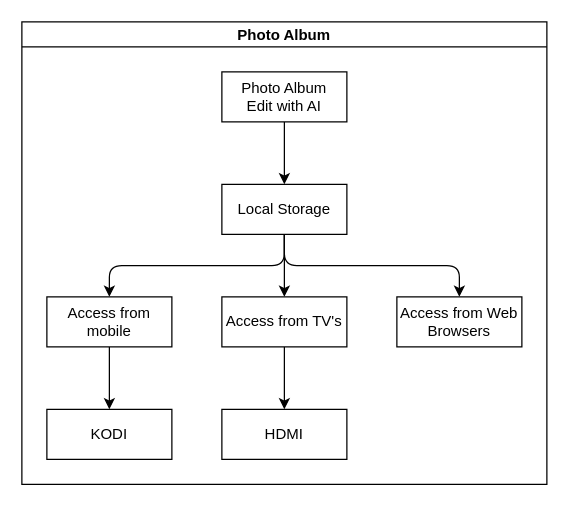
This is Kodi.brainstorm.drawio from OrozcoAntonio/Draw.ioDiagrams, a draw.io file, before an edit. Source tidied: cells renumbered, new cells numbered last; positions are measured from the earlier drawing's top-left corner, leaving out a move shared by most shapes. Both pictures are drawn from the tidied source at 125%, with x=0, y=0 at pixel (21, 21).
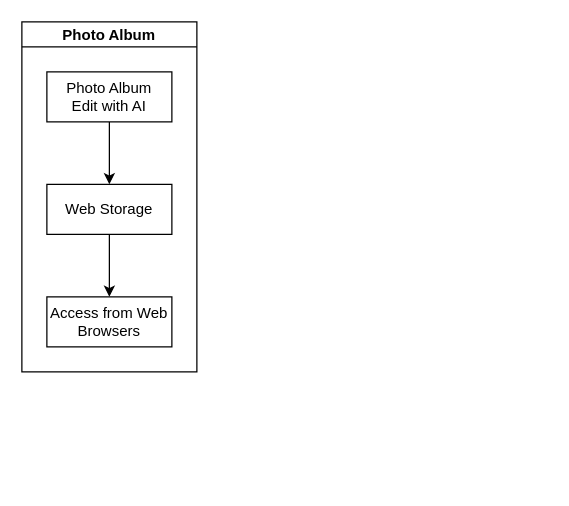
The same diagram, later.

What changed in the source:
```diff
@@
 <mxGraphModel>
   <root>
     <mxCell id="0" />
     <mxCell id="1" parent="0" />
     <mxCell id="2" value="Photo Album" style="swimlane;startSize=20;horizontal=1;horizontalTree=0;containerType=tree;fontSize=12;" parent="1" vertex="1">
-      <mxGeometry width="420" height="370" as="geometry" />
+      <mxGeometry width="140" height="280" as="geometry" />
     </mxCell>
     <mxCell id="3" value="Photo Album&lt;br&gt;Edit with AI" style="whiteSpace=wrap;html=1;" parent="2" vertex="1">
-      <mxGeometry x="160" y="40" width="100" height="40" as="geometry" />
+      <mxGeometry x="20" y="40" width="100" height="40" as="geometry" />
     </mxCell>
-    <mxCell id="4" value="&lt;div&gt;Local Storage&lt;/div&gt;" style="whiteSpace=wrap;html=1;" parent="2" vertex="1">
-      <mxGeometry x="160" y="130" width="100" height="40" as="geometry" />
+    <mxCell id="4" value="Web Storage" style="whiteSpace=wrap;html=1;" parent="2" vertex="1">
+      <mxGeometry x="20" y="130" width="100" height="40" as="geometry" />
     </mxCell>
     <mxCell id="5" style="edgeStyle=elbowEdgeStyle;elbow=vertical;html=1;rounded=1;curved=0;sourcePerimeterSpacing=0;targetPerimeterSpacing=0;startSize=6;endSize=6;" parent="2" edge="1" source="3" target="4">
       <mxGeometry relative="1" as="geometry" />
     </mxCell>
-    <mxCell id="6" style="edgeStyle=elbowEdgeStyle;elbow=vertical;html=1;rounded=1;curved=0;sourcePerimeterSpacing=0;targetPerimeterSpacing=0;startSize=6;endSize=6;" parent="2" edge="1" source="4" target="7">
-      <mxGeometry relative="1" as="geometry" />
-    </mxCell>
-    <mxCell id="7" value="Access from mobile" style="whiteSpace=wrap;html=1;" parent="2" vertex="1">
-      <mxGeometry x="20" y="220" width="100" height="40" as="geometry" />
-    </mxCell>
-    <mxCell id="8" style="edgeStyle=elbowEdgeStyle;elbow=vertical;html=1;rounded=1;curved=0;sourcePerimeterSpacing=0;targetPerimeterSpacing=0;startSize=6;endSize=6;" parent="2" edge="1" source="4" target="9">
-      <mxGeometry relative="1" as="geometry" />
-    </mxCell>
-    <mxCell id="9" value="Access from TV's" style="whiteSpace=wrap;html=1;" parent="2" vertex="1">
-      <mxGeometry x="160" y="220" width="100" height="40" as="geometry" />
-    </mxCell>
     <mxCell id="10" style="edgeStyle=elbowEdgeStyle;elbow=vertical;html=1;rounded=1;curved=0;sourcePerimeterSpacing=0;targetPerimeterSpacing=0;startSize=6;endSize=6;" parent="2" edge="1" source="4" target="11">
       <mxGeometry relative="1" as="geometry" />
     </mxCell>
     <mxCell id="11" value="Access from Web Browsers" style="whiteSpace=wrap;html=1;" parent="2" vertex="1">
-      <mxGeometry x="300" y="220" width="100" height="40" as="geometry" />
+      <mxGeometry x="20" y="220" width="100" height="40" as="geometry" />
     </mxCell>
-    <mxCell id="12" style="edgeStyle=elbowEdgeStyle;elbow=vertical;html=1;rounded=1;curved=0;sourcePerimeterSpacing=0;targetPerimeterSpacing=0;startSize=6;endSize=6;" parent="2" edge="1" source="7" target="13">
-      <mxGeometry relative="1" as="geometry" />
-    </mxCell>
-    <mxCell id="13" value="KODI" style="whiteSpace=wrap;html=1;" parent="2" vertex="1">
-      <mxGeometry x="20" y="310" width="100" height="40" as="geometry" />
-    </mxCell>
-    <mxCell id="14" style="edgeStyle=elbowEdgeStyle;elbow=vertical;html=1;rounded=1;curved=0;sourcePerimeterSpacing=0;targetPerimeterSpacing=0;startSize=6;endSize=6;" parent="2" edge="1" source="9" target="15">
-      <mxGeometry relative="1" as="geometry" />
-    </mxCell>
-    <mxCell id="15" value="HDMI" style="whiteSpace=wrap;html=1;" parent="2" vertex="1">
-      <mxGeometry x="160" y="310" width="100" height="40" as="geometry" />
-    </mxCell>
   </root>
 </mxGraphModel>
```
